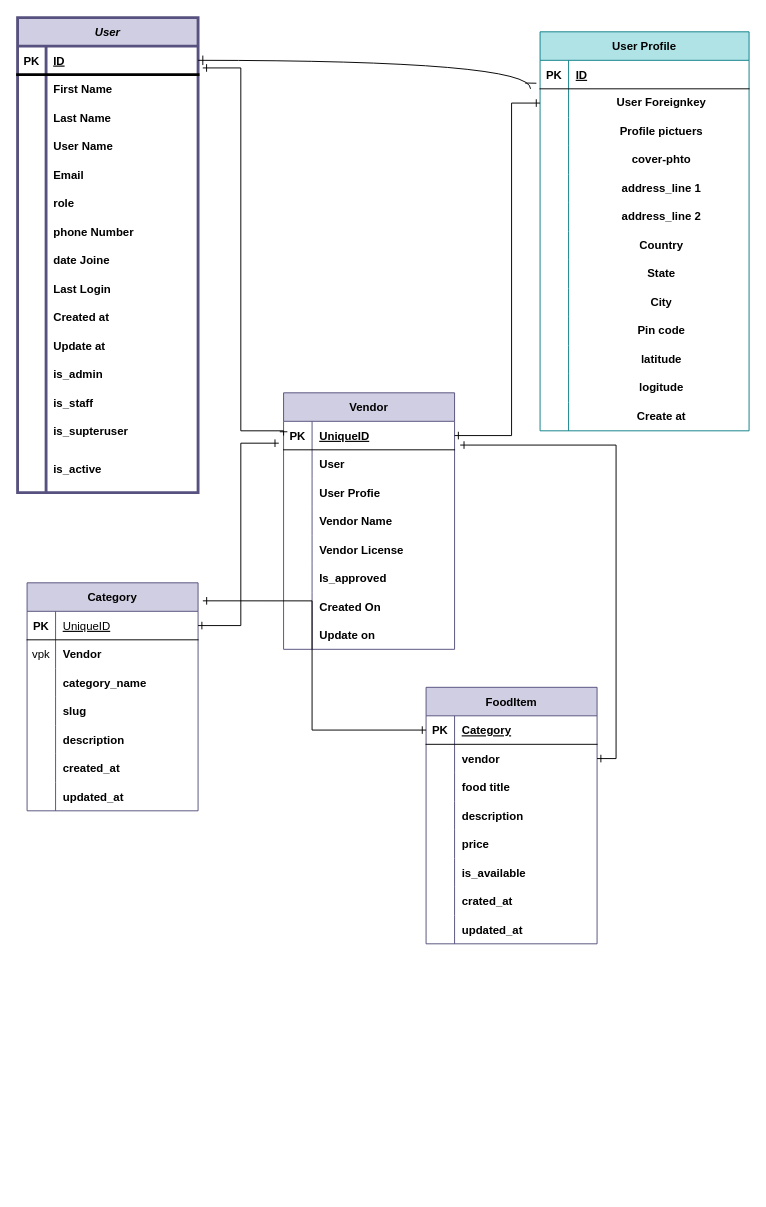
Earlier version of the draw.io diagram databases.drawio (Ali-Sina-255/Django-Multi-Vendors-restaurants). Source tidied: cells renumbered, new cells numbered last; positions are measured from the earlier drawing's top-left corner, leaving out a move shared by most shapes. Both pictures are drawn from the tidied source at 95%, with x=0, y=0 at pixel (17, 17).
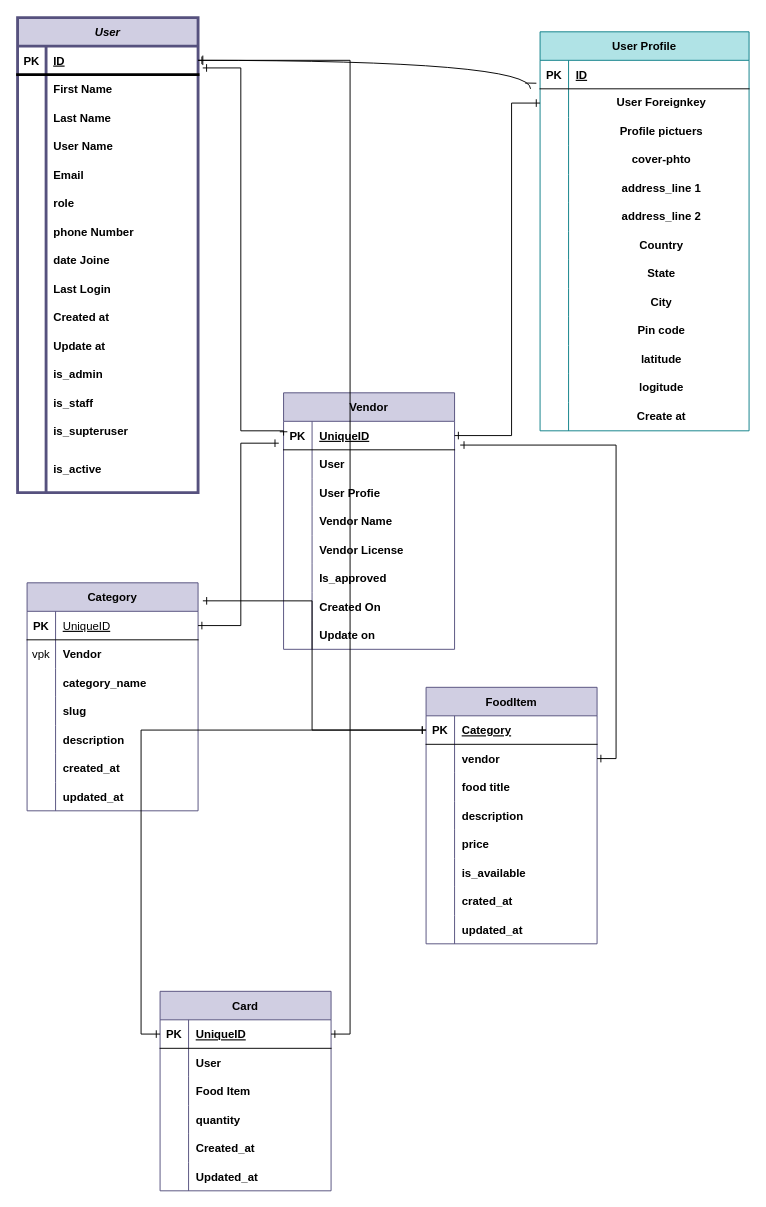
After the change.

Unchanged cells that the change refers to:
```xml
<mxCell id="43" style="shape=tableRow;horizontal=0;startSize=0;swimlaneHead=0;swimlaneBody=0;fillColor=none;points=[[0,0.5],[1,0.5]];portConstraint=eastwest;top=0;left=0;right=0;bottom=1;strokeWidth=3;" parent="42" vertex="1">
  <mxGeometry y="30" width="190" height="30" as="geometry" />
</mxCell>
<mxCell id="139" style="shape=tableRow;horizontal=0;startSize=0;swimlaneHead=0;swimlaneBody=0;fillColor=none;points=[[0,0.5],[1,0.5]];portConstraint=eastwest;top=0;left=0;right=0;bottom=1;" parent="138" vertex="1">
  <mxGeometry y="30" width="180" height="30" as="geometry" />
</mxCell>
```

What changed in the source:
```diff
@@
+    <mxCell id="166" value="Card" style="shape=table;startSize=30;childLayout=tableLayout;rowLines=0;fontStyle=1;align=center;fillColor=#d0cee2;strokeColor=#56517e;" parent="1" vertex="1">
+      <mxGeometry x="150" y="1025" width="180" height="210" as="geometry" />
+    </mxCell>
+    <mxCell id="167" style="shape=tableRow;horizontal=0;startSize=0;swimlaneHead=0;swimlaneBody=0;fillColor=none;points=[[0,0.5],[1,0.5]];portConstraint=eastwest;top=0;left=0;right=0;bottom=1;" parent="166" vertex="1">
+      <mxGeometry y="30" width="180" height="30" as="geometry" />
+    </mxCell>
+    <mxCell id="168" value="PK" style="shape=partialRectangle;fillColor=none;top=0;left=0;bottom=0;right=0;fontStyle=1;overflow=hidden;" parent="167" vertex="1">
+      <mxGeometry width="30" height="30" as="geometry" />
+    </mxCell>
+    <mxCell id="169" value="UniqueID" style="shape=partialRectangle;fillColor=none;top=0;left=0;bottom=0;right=0;align=left;spacingLeft=6;fontStyle=5;overflow=hidden;" parent="167" vertex="1">
+      <mxGeometry x="30" width="150" height="30" as="geometry" />
+    </mxCell>
+    <mxCell id="170" style="shape=tableRow;horizontal=0;startSize=0;swimlaneHead=0;swimlaneBody=0;fillColor=none;top=0;left=0;right=0;bottom=0;" parent="166" vertex="1">
+      <mxGeometry y="60" width="180" height="30" as="geometry" />
+    </mxCell>
+    <mxCell id="171" style="shape=partialRectangle;fillColor=none;top=0;left=0;bottom=0;right=0;overflow=hidden;" parent="170" vertex="1">
+      <mxGeometry width="30" height="30" as="geometry" />
+    </mxCell>
+    <mxCell id="172" value="User" style="shape=partialRectangle;fillColor=none;top=0;left=0;bottom=0;right=0;align=left;spacingLeft=6;overflow=hidden;fontStyle=1;" parent="170" vertex="1">
+      <mxGeometry x="30" width="150" height="30" as="geometry" />
+    </mxCell>
+    <mxCell id="173" style="shape=tableRow;horizontal=0;startSize=0;swimlaneHead=0;swimlaneBody=0;fillColor=none;top=0;left=0;right=0;bottom=0;" parent="166" vertex="1">
+      <mxGeometry y="90" width="180" height="30" as="geometry" />
+    </mxCell>
+    <mxCell id="174" style="shape=partialRectangle;fillColor=none;top=0;left=0;bottom=0;right=0;overflow=hidden;" parent="173" vertex="1">
+      <mxGeometry width="30" height="30" as="geometry" />
+    </mxCell>
+    <mxCell id="175" value="Food Item" style="shape=partialRectangle;fillColor=none;top=0;left=0;bottom=0;right=0;align=left;spacingLeft=6;overflow=hidden;fontStyle=1;" parent="173" vertex="1">
+      <mxGeometry x="30" width="150" height="30" as="geometry" />
+    </mxCell>
+    <mxCell id="176" style="shape=tableRow;horizontal=0;startSize=0;swimlaneHead=0;swimlaneBody=0;fillColor=none;top=0;left=0;right=0;bottom=0;" parent="166" vertex="1">
+      <mxGeometry y="120" width="180" height="30" as="geometry" />
+    </mxCell>
+    <mxCell id="177" style="shape=partialRectangle;fillColor=none;top=0;left=0;bottom=0;right=0;overflow=hidden;" parent="176" vertex="1">
+      <mxGeometry width="30" height="30" as="geometry" />
+    </mxCell>
+    <mxCell id="178" value="quantity" style="shape=partialRectangle;fillColor=none;top=0;left=0;bottom=0;right=0;align=left;spacingLeft=6;overflow=hidden;fontStyle=1;" parent="176" vertex="1">
+      <mxGeometry x="30" width="150" height="30" as="geometry" />
+    </mxCell>
+    <mxCell id="179" style="shape=tableRow;horizontal=0;startSize=0;swimlaneHead=0;swimlaneBody=0;fillColor=none;top=0;left=0;right=0;bottom=0;" parent="166" vertex="1">
+      <mxGeometry y="150" width="180" height="30" as="geometry" />
+    </mxCell>
+    <mxCell id="180" style="shape=partialRectangle;fillColor=none;top=0;left=0;bottom=0;right=0;overflow=hidden;" parent="179" vertex="1">
+      <mxGeometry width="30" height="30" as="geometry" />
+    </mxCell>
+    <mxCell id="181" value="Created_at" style="shape=partialRectangle;fillColor=none;top=0;left=0;bottom=0;right=0;align=left;spacingLeft=6;overflow=hidden;fontStyle=1;" parent="179" vertex="1">
+      <mxGeometry x="30" width="150" height="30" as="geometry" />
+    </mxCell>
+    <mxCell id="182" style="shape=tableRow;horizontal=0;startSize=0;swimlaneHead=0;swimlaneBody=0;fillColor=none;top=0;left=0;right=0;bottom=0;" parent="166" vertex="1">
+      <mxGeometry y="180" width="180" height="30" as="geometry" />
+    </mxCell>
+    <mxCell id="183" style="shape=partialRectangle;fillColor=none;top=0;left=0;bottom=0;right=0;overflow=hidden;" parent="182" vertex="1">
+      <mxGeometry width="30" height="30" as="geometry" />
+    </mxCell>
+    <mxCell id="184" value="Updated_at" style="shape=partialRectangle;fillColor=none;top=0;left=0;bottom=0;right=0;align=left;spacingLeft=6;overflow=hidden;fontStyle=1;" parent="182" vertex="1">
+      <mxGeometry x="30" width="150" height="30" as="geometry" />
+    </mxCell>
+    <mxCell id="185" style="edgeStyle=orthogonalEdgeStyle;rounded=0;jettySize=auto;html=1;exitX=1;exitY=0.5;exitDx=0;exitDy=0;entryX=1;entryY=0.5;entryDx=0;entryDy=0;startArrow=ERone;startFill=0;endArrow=ERone;endFill=0;" parent="1" edge="1" source="43" target="167">
+      <mxGeometry relative="1" as="geometry" />
+    </mxCell>
+    <mxCell id="186" style="edgeStyle=orthogonalEdgeStyle;rounded=0;jettySize=auto;html=1;exitX=0;exitY=0.5;exitDx=0;exitDy=0;entryX=0;entryY=0.5;entryDx=0;entryDy=0;startArrow=ERone;startFill=0;endArrow=ERone;endFill=0;" parent="1" edge="1" source="139" target="167">
+      <mxGeometry relative="1" as="geometry" />
+    </mxCell>
```
